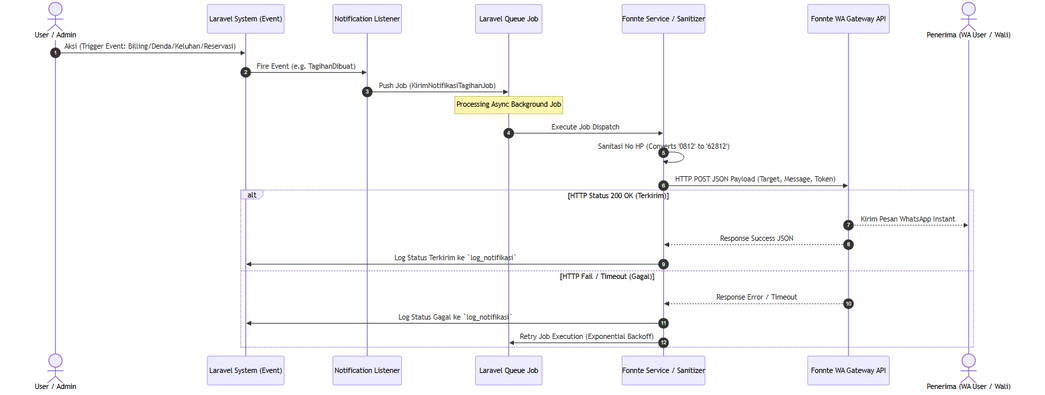
This is Blueprint/prd/prd_diagram_6_keluhan.png from rafifarsyapradiva/asri-boarding-house, a Mermaid export, as it was before one commit. Its source is kept beside it as Blueprint/prd/prd_diagram_6_keluhan.mmd.
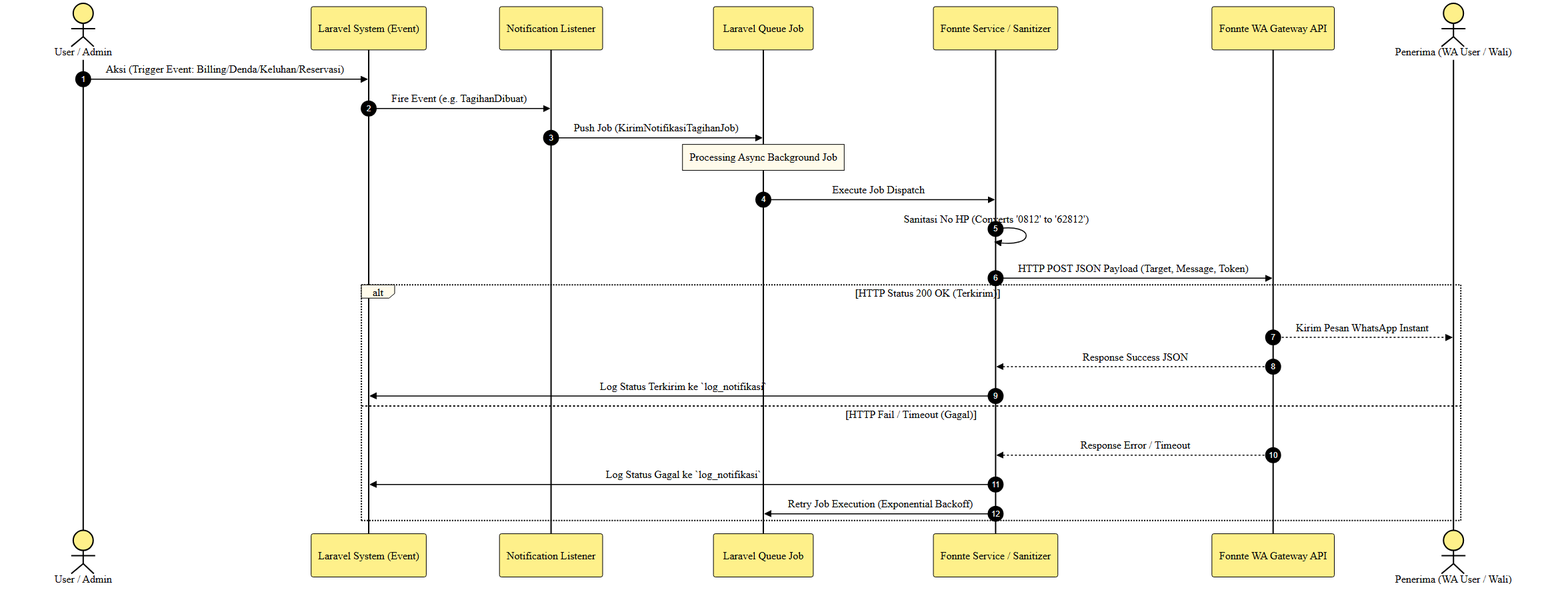
The same file after the commit.

What changed in the source:
```diff
@@ -1,3 +1,24 @@
+%%{init: {
+  'theme': 'base',
+  'themeVariables': {
+    'actorBkg': '#FEF08A',
+    'actorBorder': '#000000',
+    'actorTextColor': '#000000',
+    'signalColor': '#000000',
+    'signalTextColor': '#000000',
+    'labelBoxBkgColor': '#FFFBEB',
+    'labelBoxBorderColor': '#000000',
+    'labelTextColor': '#000000',
+    'loopTextColor': '#000000',
+    'noteBorderColor': '#000000',
+    'noteBkgColor': '#FFFBEB',
+    'noteTextColor': '#000000',
+    'activationBorderColor': '#000000',
+    'activationBkgColor': '#FEF3C7',
+    'fontSize': '14px',
+    'fontFamily': 'Inter, system-ui, sans-serif'
+  }
+}}%%
 sequenceDiagram
     autonumber
     actor User as User / Admin
```
